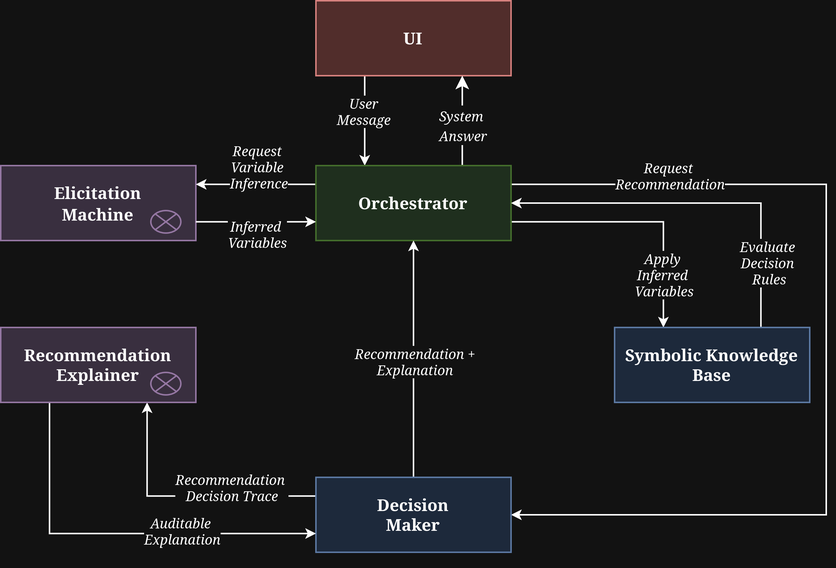
JessusTM/Archssistant keeps this draw.io diagram as docs/Components-Flow.png. Above is the earlier version. Source tidied: cells renumbered, new cells last; positions are measured from the earlier drawing's top-left corner, leaving out a move shared by most shapes.
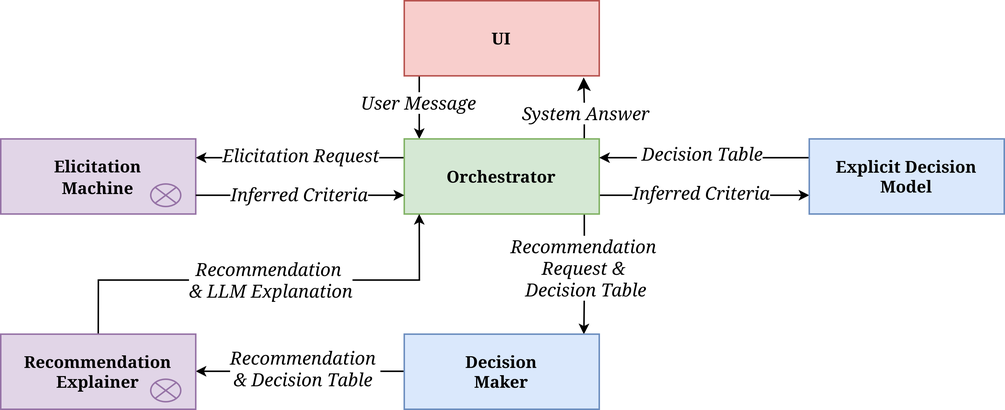
After the commit.

Commit message:
docs: actualizar README para correr con docker compose

- Se reemplazan las instrucciones de ejecución local basadas en uv por docker compose, alineando la documentación con el flujo actual de desarrollo.

Diff of the diagram source:
```diff
@@ -2,22 +2,25 @@
   <root>
     <mxCell id="0" />
     <mxCell id="1" parent="0" />
-    <mxCell id="2" style="edgeStyle=orthogonalEdgeStyle;rounded=0;jettySize=auto;html=1;entryX=0.25;entryY=0;entryDx=0;entryDy=0;endSize=4;exitX=0.25;exitY=1;exitDx=0;exitDy=0;" parent="1" edge="1" source="4" target="20">
-      <mxGeometry relative="1" as="geometry" />
+    <mxCell id="2" style="edgeStyle=orthogonalEdgeStyle;rounded=0;orthogonalLoop=1;jettySize=auto;html=1;entryX=0.25;entryY=0;entryDx=0;entryDy=0;endSize=4;exitX=0.25;exitY=1;exitDx=0;exitDy=0;" parent="1" edge="1">
+      <mxGeometry relative="1" as="geometry">
+        <mxPoint x="220" y="68" as="sourcePoint" />
+        <mxPoint x="220" y="110" as="targetPoint" />
+      </mxGeometry>
     </mxCell>
-    <mxCell id="3" value="&lt;div&gt;User&amp;nbsp;&lt;/div&gt;&lt;div&gt;Message&amp;nbsp;&lt;/div&gt;" style="edgeLabel;html=1;align=center;verticalAlign=middle;fontSize=9;fontFamily=Lucida Console;fontStyle=2;" parent="2" vertex="1">
+    <mxCell id="3" value="&lt;div&gt;User Message&amp;nbsp;&lt;/div&gt;" style="edgeLabel;html=1;align=center;verticalAlign=middle;fontSize=12;fontFamily=Lucida Console;fontStyle=2;" parent="2" vertex="1">
       <mxGeometry x="-0.41" relative="1" as="geometry">
         <mxPoint y="5" as="offset" />
       </mxGeometry>
     </mxCell>
     <mxCell id="4" value="&lt;div&gt;UI&lt;/div&gt;" style="html=1;whiteSpace=wrap;fontFamily=Georgia;fontSize=11;fontStyle=1;fillColor=#f8cecc;strokeColor=#b85450;" parent="1" vertex="1">
-      <mxGeometry x="210" width="130" height="50" as="geometry" />
+      <mxGeometry x="210" y="18" width="130" height="50" as="geometry" />
     </mxCell>
     <mxCell id="5" style="ellipse;whiteSpace=wrap;html=1;align=center;fillColor=none;strokeColor=none;perimeter=centerPerimeter;rotation=-90;" parent="1" vertex="1">
       <mxGeometry x="275" y="110" width="10" height="10" as="geometry" />
     </mxCell>
     <mxCell id="6" style="group;fontSize=11;fontStyle=1;fillColor=#e1d5e7;strokeColor=#9673a6;" parent="1" vertex="1">
-      <mxGeometry x="60" y="140" width="70" height="20" as="geometry" />
+      <mxGeometry x="1" y="140" width="70" height="20" as="geometry" />
     </mxCell>
     <mxCell id="7" style="ellipse;whiteSpace=wrap;html=1;align=center;fillColor=none;strokeColor=none;perimeter=centerPerimeter;rotation=-90;" parent="6" vertex="1">
       <mxGeometry width="10" height="10" as="geometry" />
@@ -28,110 +31,109 @@
     <mxCell id="9" style="shape=sumEllipse;perimeter=ellipsePerimeter;whiteSpace=wrap;html=1;backgroundOutline=1;fillColor=#e1d5e7;strokeColor=#9673a6;" parent="6" vertex="1">
       <mxGeometry x="40" width="20" height="15" as="geometry" />
     </mxCell>
-    <mxCell id="10" style="ellipse;whiteSpace=wrap;html=1;align=center;fillColor=none;strokeColor=none;perimeter=centerPerimeter;" parent="1" vertex="1">
-      <mxGeometry x="185" y="368" width="10" height="10" as="geometry" />
-    </mxCell>
-    <mxCell id="11" style="ellipse;whiteSpace=wrap;html=1;align=center;fillColor=none;strokeColor=none;perimeter=centerPerimeter;" parent="1" vertex="1">
-      <mxGeometry x="415" y="343" width="10" height="10" as="geometry" />
-    </mxCell>
     <mxCell id="12" style="edgeStyle=orthogonalEdgeStyle;rounded=0;jettySize=auto;html=1;entryX=1;entryY=0.25;entryDx=0;entryDy=0;exitX=0;exitY=0.25;exitDx=0;exitDy=0;endSize=4;" parent="1" edge="1" source="20" target="8">
       <mxGeometry relative="1" as="geometry" />
     </mxCell>
-    <mxCell id="13" value="&lt;div&gt;Request&amp;nbsp;&lt;/div&gt;&lt;div&gt;Variable&amp;nbsp;&lt;/div&gt;&lt;div&gt;Inference&lt;/div&gt;" style="edgeLabel;html=1;align=center;verticalAlign=middle;fontSize=9;fontFamily=Lucida Console;fontStyle=2;" parent="12" vertex="1">
+    <mxCell id="13" value="&lt;div&gt;Elicitation&amp;nbsp;Request&lt;/div&gt;" style="edgeLabel;html=1;align=center;verticalAlign=middle;fontSize=12;fontFamily=Lucida Console;fontStyle=2;" parent="12" vertex="1">
       <mxGeometry x="0.38" relative="1" as="geometry">
-        <mxPoint x="16" y="-12" as="offset" />
+        <mxPoint x="26" y="-2" as="offset" />
       </mxGeometry>
     </mxCell>
-    <mxCell id="14" style="edgeStyle=orthogonalEdgeStyle;rounded=0;jettySize=auto;html=1;exitX=1;exitY=0.75;exitDx=0;exitDy=0;entryX=0.25;entryY=0;entryDx=0;entryDy=0;endSize=4;" parent="1" edge="1" source="20" target="28">
+    <mxCell id="14" style="edgeStyle=orthogonalEdgeStyle;rounded=0;jettySize=auto;html=1;exitX=1;exitY=0.75;exitDx=0;exitDy=0;entryX=0;entryY=0.75;entryDx=0;entryDy=0;endSize=4;" parent="1" edge="1" source="20" target="28">
       <mxGeometry relative="1" as="geometry" />
     </mxCell>
-    <mxCell id="15" value="&lt;div&gt;&lt;span&gt;Apply&amp;nbsp;&lt;/span&gt;&lt;/div&gt;&lt;div&gt;&lt;span&gt;Inferred&amp;nbsp;&lt;/span&gt;&lt;/div&gt;&lt;div&gt;&lt;span&gt;Variables&lt;/span&gt;&lt;/div&gt;" style="edgeLabel;html=1;align=center;verticalAlign=middle;fontSize=9;fontFamily=Lucida Console;fontStyle=2;" parent="14" vertex="1">
+    <mxCell id="15" value="&lt;div&gt;Inferred Criteria&lt;/div&gt;" style="edgeLabel;html=1;align=center;verticalAlign=middle;fontSize=12;fontFamily=Lucida Console;fontStyle=2;" parent="14" vertex="1">
       <mxGeometry x="0.53" y="-1" relative="1" as="geometry">
-        <mxPoint x="1" y="5" as="offset" />
+        <mxPoint x="-39" y="-3" as="offset" />
       </mxGeometry>
     </mxCell>
-    <mxCell id="16" style="edgeStyle=orthogonalEdgeStyle;rounded=0;jettySize=auto;html=1;entryX=1;entryY=0.5;entryDx=0;entryDy=0;exitX=1;exitY=0.25;exitDx=0;exitDy=0;endSize=4;" parent="1" edge="1" source="20" target="25">
+    <mxCell id="16" style="edgeStyle=orthogonalEdgeStyle;rounded=0;jettySize=auto;html=1;entryX=0.921;entryY=0.002;entryDx=0;entryDy=0;exitX=0.75;exitY=1;exitDx=0;exitDy=0;endSize=4;entryPerimeter=0;" parent="1" edge="1" target="25">
       <mxGeometry relative="1" as="geometry">
+        <mxPoint x="330" y="160" as="sourcePoint" />
         <Array as="points">
-          <mxPoint x="550" y="123" />
-          <mxPoint x="550" y="343" />
+          <mxPoint x="330" y="208" />
+          <mxPoint x="330" y="208" />
         </Array>
       </mxGeometry>
     </mxCell>
-    <mxCell id="17" value="&lt;div&gt;&lt;span&gt;Request&amp;nbsp;&lt;/span&gt;&lt;/div&gt;&lt;div&gt;&lt;span&gt;Recommendation&lt;/span&gt;&lt;/div&gt;" style="edgeLabel;html=1;align=center;verticalAlign=middle;fontSize=9;fontFamily=Lucida Console;fontStyle=2;" parent="16" vertex="1">
+    <mxCell id="17" value="&lt;div&gt;Recommendation&amp;nbsp;&lt;/div&gt;&lt;div&gt;Request &amp;amp;&amp;nbsp;&lt;/div&gt;&lt;div&gt;Decision&amp;nbsp;Table&lt;/div&gt;" style="edgeLabel;html=1;align=center;verticalAlign=middle;fontSize=12;fontFamily=Lucida Console;fontStyle=2;" parent="16" vertex="1">
       <mxGeometry x="-0.73" y="-2" relative="1" as="geometry">
-        <mxPoint x="19" y="-8" as="offset" />
+        <mxPoint x="2" y="25" as="offset" />
       </mxGeometry>
     </mxCell>
-    <mxCell id="18" style="edgeStyle=orthogonalEdgeStyle;rounded=0;jettySize=auto;html=1;entryX=0.75;entryY=1;entryDx=0;entryDy=0;exitX=0.75;exitY=0;exitDx=0;exitDy=0;" parent="1" edge="1" source="20" target="4">
-      <mxGeometry relative="1" as="geometry" />
+    <mxCell id="18" style="edgeStyle=orthogonalEdgeStyle;rounded=0;jettySize=auto;html=1;exitX=0.75;exitY=0;exitDx=0;exitDy=0;entryX=0.92;entryY=1.021;entryDx=0;entryDy=0;entryPerimeter=0;" parent="1" edge="1" target="4">
+      <mxGeometry relative="1" as="geometry">
+        <mxPoint x="330" y="110" as="sourcePoint" />
+      </mxGeometry>
     </mxCell>
-    <mxCell id="19" value="&lt;div&gt;&lt;font face=&quot;Lucida Console&quot; style=&quot;font-size: 9px;&quot;&gt;System&amp;nbsp;&lt;/font&gt;&lt;/div&gt;&lt;div&gt;&lt;font face=&quot;Lucida Console&quot; style=&quot;font-size: 9px;&quot;&gt;Answer&lt;/font&gt;&lt;/div&gt;" style="edgeLabel;html=1;align=center;verticalAlign=middle;fontStyle=2;" parent="18" vertex="1">
-      <mxGeometry x="-0.08" relative="1" as="geometry" />
+    <mxCell id="19" value="&lt;div&gt;&lt;font&gt;System Answer&lt;/font&gt;&lt;/div&gt;" style="edgeLabel;html=1;align=center;verticalAlign=middle;fontStyle=2;fontFamily=Lucida Console;fontSize=12;" parent="18" vertex="1">
+      <mxGeometry x="-0.08" relative="1" as="geometry">
+        <mxPoint y="1" as="offset" />
+      </mxGeometry>
     </mxCell>
     <mxCell id="20" value="&lt;span class=&quot;HwtZe&quot; lang=&quot;en&quot;&gt;&lt;span class=&quot;jCAhz ChMk0b&quot;&gt;&lt;span class=&quot;ryNqvb&quot;&gt;Orchestrator&lt;/span&gt;&lt;/span&gt;&lt;/span&gt;" style="html=1;whiteSpace=wrap;fontFamily=Georgia;fontSize=11;fontStyle=1;fillColor=#d5e8d4;strokeColor=#82b366;" parent="1" vertex="1">
       <mxGeometry x="210" y="110" width="130" height="50" as="geometry" />
     </mxCell>
-    <mxCell id="21" style="edgeStyle=orthogonalEdgeStyle;rounded=0;jettySize=auto;html=1;entryX=0.5;entryY=1;entryDx=0;entryDy=0;endSize=4;exitX=0.5;exitY=0;exitDx=0;exitDy=0;" parent="1" edge="1" source="25" target="20">
+    <mxCell id="21" style="edgeStyle=orthogonalEdgeStyle;rounded=0;jettySize=auto;html=1;entryX=0.25;entryY=1;entryDx=0;entryDy=0;endSize=4;exitX=0.5;exitY=0;exitDx=0;exitDy=0;" parent="1" edge="1" source="31">
       <mxGeometry relative="1" as="geometry">
+        <mxPoint x="220" y="160" as="targetPoint" />
         <Array as="points">
-          <mxPoint x="275" y="218" />
-          <mxPoint x="275" y="218" />
+          <mxPoint x="6" y="204" />
+          <mxPoint x="220" y="204" />
         </Array>
       </mxGeometry>
     </mxCell>
-    <mxCell id="22" value="&lt;div&gt;&lt;span&gt;Recommendation +&lt;/span&gt;&lt;/div&gt;&lt;div&gt;&lt;span&gt;Explanation&lt;/span&gt;&lt;/div&gt;" style="edgeLabel;html=1;align=center;verticalAlign=middle;fontSize=9;fontFamily=Lucida Console;fontStyle=2;" parent="21" vertex="1">
+    <mxCell id="22" value="&lt;div&gt;&lt;span&gt;Recommendation&amp;nbsp;&lt;/span&gt;&lt;/div&gt;&lt;div&gt;&lt;span&gt;&amp;amp; LLM&amp;nbsp;&lt;/span&gt;Explanation&lt;/div&gt;" style="edgeLabel;html=1;align=center;verticalAlign=middle;fontSize=12;fontFamily=Lucida Console;fontStyle=2;" parent="21" vertex="1">
       <mxGeometry x="0.02" y="1" relative="1" as="geometry">
-        <mxPoint x="1" y="2" as="offset" />
+        <mxPoint x="1" as="offset" />
       </mxGeometry>
     </mxCell>
-    <mxCell id="23" style="edgeStyle=orthogonalEdgeStyle;rounded=0;jettySize=auto;html=1;entryX=0.75;entryY=1;entryDx=0;entryDy=0;exitX=0;exitY=0.25;exitDx=0;exitDy=0;endSize=4;" parent="1" edge="1" source="25" target="31">
-      <mxGeometry relative="1" as="geometry" />
-    </mxCell>
-    <mxCell id="24" value="&lt;div&gt;Recommendation&amp;nbsp;&lt;/div&gt;&lt;div&gt;Decision Trace&lt;/div&gt;" style="edgeLabel;html=1;align=center;verticalAlign=middle;fontSize=9;fontFamily=Lucida Console;fontStyle=2;" parent="23" vertex="1">
-      <mxGeometry x="-0.32" y="-1" relative="1" as="geometry">
-        <mxPoint x="3" y="-5" as="offset" />
-      </mxGeometry>
-    </mxCell>
+    <mxCell id="35" style="edgeStyle=orthogonalEdgeStyle;rounded=0;orthogonalLoop=1;jettySize=auto;html=1;entryX=1;entryY=0.25;entryDx=0;entryDy=0;exitX=0;exitY=0.25;exitDx=0;exitDy=0;endSize=4;" parent="1" edge="1">
+      <mxGeometry relative="1" as="geometry">
+        <mxPoint x="210" y="264.7" as="sourcePoint" />
+        <mxPoint x="71" y="264.7" as="targetPoint" />
+      </mxGeometry>
+    </mxCell>
+    <mxCell id="36" value="&lt;div&gt;Recommendation&amp;nbsp;&lt;/div&gt;&lt;div&gt;&amp;amp; Decision Table&amp;nbsp;&lt;/div&gt;" style="edgeLabel;html=1;align=center;verticalAlign=middle;fontFamily=Lucida Console;fontStyle=2;fontSize=12;" parent="35" vertex="1">
+      <mxGeometry x="-0.08" y="-1" relative="1" as="geometry">
+        <mxPoint x="-3" y="-1" as="offset" />
+      </mxGeometry>
+    </mxCell>
     <mxCell id="25" value="&lt;div&gt;Decision&lt;/div&gt;&lt;div&gt;Maker&lt;/div&gt;" style="html=1;whiteSpace=wrap;fontFamily=Georgia;fontSize=11;fontStyle=1;fillColor=#dae8fc;strokeColor=#6c8ebf;" parent="1" vertex="1">
-      <mxGeometry x="210" y="318" width="130" height="50" as="geometry" />
+      <mxGeometry x="210" y="240" width="130" height="50" as="geometry" />
     </mxCell>
-    <mxCell id="26" style="edgeStyle=orthogonalEdgeStyle;rounded=0;jettySize=auto;html=1;entryX=1;entryY=0.5;entryDx=0;entryDy=0;exitX=0.75;exitY=0;exitDx=0;exitDy=0;endSize=4;" parent="1" edge="1" source="28" target="20">
+    <mxCell id="26" style="edgeStyle=orthogonalEdgeStyle;rounded=0;jettySize=auto;html=1;entryX=1;entryY=0.25;entryDx=0;entryDy=0;exitX=0;exitY=0.25;exitDx=0;exitDy=0;endSize=4;" parent="1" edge="1" source="28" target="20">
       <mxGeometry relative="1" as="geometry">
         <Array as="points">
-          <mxPoint x="507" y="135" />
+          <mxPoint x="400" y="123" />
+          <mxPoint x="340" y="123" />
         </Array>
       </mxGeometry>
     </mxCell>
-    <mxCell id="27" value="&lt;div&gt;&lt;font face=&quot;Lucida Console&quot;&gt;&lt;span&gt;Evaluate&amp;nbsp;&lt;/span&gt;&lt;/font&gt;&lt;/div&gt;&lt;div&gt;&lt;font face=&quot;Lucida Console&quot;&gt;&lt;span&gt;Decision&amp;nbsp;&lt;/span&gt;&lt;/font&gt;&lt;/div&gt;&lt;div&gt;&lt;font face=&quot;Lucida Console&quot;&gt;&lt;span&gt;Rules&lt;/span&gt;&lt;/font&gt;&lt;/div&gt;" style="edgeLabel;html=1;align=center;verticalAlign=middle;fontStyle=2;fontSize=9;" parent="26" vertex="1">
+    <mxCell id="27" value="&lt;div&gt;&amp;nbsp;Decision&amp;nbsp;Table&lt;/div&gt;" style="edgeLabel;html=1;align=center;verticalAlign=middle;fontStyle=2;fontSize=12;fontFamily=Lucida Console;" parent="26" vertex="1">
       <mxGeometry x="0.51" relative="1" as="geometry">
-        <mxPoint x="111" y="39" as="offset" />
+        <mxPoint x="32" y="-3" as="offset" />
       </mxGeometry>
     </mxCell>
-    <mxCell id="28" value="&lt;span class=&quot;HwtZe&quot; lang=&quot;en&quot;&gt;&lt;span class=&quot;jCAhz ChMk0b&quot;&gt;&lt;span class=&quot;ryNqvb&quot;&gt;Symbolic Knowledge Base&lt;/span&gt;&lt;/span&gt;&lt;/span&gt;" style="html=1;whiteSpace=wrap;fontFamily=Georgia;fontSize=11;fontStyle=1;fillColor=#dae8fc;strokeColor=#6c8ebf;" parent="1" vertex="1">
-      <mxGeometry x="409" y="218" width="130" height="50" as="geometry" />
+    <mxCell id="28" value="Explicit Decision Model" style="html=1;whiteSpace=wrap;fontFamily=Georgia;fontSize=11;fontStyle=1;fillColor=#dae8fc;strokeColor=#6c8ebf;" parent="1" vertex="1">
+      <mxGeometry x="480" y="110" width="130" height="50" as="geometry" />
     </mxCell>
-    <mxCell id="29" style="edgeStyle=orthogonalEdgeStyle;rounded=0;jettySize=auto;html=1;entryX=0;entryY=0.75;entryDx=0;entryDy=0;exitX=0.25;exitY=1;exitDx=0;exitDy=0;endSize=4;" parent="1" edge="1" source="31" target="25">
-      <mxGeometry relative="1" as="geometry" />
-    </mxCell>
-    <mxCell id="30" value="&lt;div&gt;Auditable&amp;nbsp;&lt;/div&gt;&lt;div&gt;Explanation &lt;/div&gt;" style="edgeLabel;html=1;align=center;verticalAlign=middle;fontSize=9;fontFamily=Lucida Console;fontStyle=2;" parent="29" vertex="1">
-      <mxGeometry x="-0.1" relative="1" as="geometry">
-        <mxPoint x="55" y="-2" as="offset" />
-      </mxGeometry>
-    </mxCell>
+    <mxCell id="33" style="edgeStyle=orthogonalEdgeStyle;rounded=0;jettySize=auto;html=1;entryX=0;entryY=0.75;entryDx=0;entryDy=0;exitX=1;exitY=0.75;exitDx=0;exitDy=0;endSize=4;" parent="1" edge="1" source="8" target="20">
+      <mxGeometry relative="1" as="geometry" />
+    </mxCell>
+    <mxCell id="34" value="&lt;div&gt;Inferred&amp;nbsp;Criteria&lt;/div&gt;" style="edgeLabel;html=1;align=center;verticalAlign=middle;fontSize=12;fontFamily=Lucida Console;fontStyle=2;" parent="33" vertex="1">
+      <mxGeometry x="0.01" y="-1" relative="1" as="geometry">
+        <mxPoint x="-2" y="-2" as="offset" />
+      </mxGeometry>
+    </mxCell>
+    <mxCell id="37" style="group;" parent="1" vertex="1">
+      <mxGeometry x="-59" y="240" width="130" height="50" as="geometry" />
+    </mxCell>
-    <mxCell id="31" value="&lt;div&gt;Recommendation&lt;/div&gt;&lt;div&gt;Explainer&lt;/div&gt;" style="html=1;whiteSpace=wrap;fontFamily=Georgia;fontSize=11;fontStyle=1;fillColor=#e1d5e7;strokeColor=#9673a6;" parent="1" vertex="1">
-      <mxGeometry y="218" width="130" height="50" as="geometry" />
+    <mxCell id="31" value="&lt;div&gt;Recommendation&lt;/div&gt;&lt;div&gt;Explainer&lt;/div&gt;" style="html=1;whiteSpace=wrap;fontFamily=Georgia;fontSize=11;fontStyle=1;fillColor=#e1d5e7;strokeColor=#9673a6;" parent="37" vertex="1">
+      <mxGeometry width="130" height="50" as="geometry" />
     </mxCell>
-    <mxCell id="32" style="shape=sumEllipse;perimeter=ellipsePerimeter;whiteSpace=wrap;html=1;backgroundOutline=1;fillColor=#e1d5e7;strokeColor=#9673a6;" parent="1" vertex="1">
-      <mxGeometry x="100" y="248" width="20" height="15" as="geometry" />
+    <mxCell id="32" style="shape=sumEllipse;perimeter=ellipsePerimeter;whiteSpace=wrap;html=1;backgroundOutline=1;fillColor=#e1d5e7;strokeColor=#9673a6;" parent="37" vertex="1">
+      <mxGeometry x="100" y="30" width="20" height="15" as="geometry" />
     </mxCell>
-    <mxCell id="33" style="edgeStyle=orthogonalEdgeStyle;rounded=0;jettySize=auto;html=1;entryX=0;entryY=0.75;entryDx=0;entryDy=0;exitX=1;exitY=0.75;exitDx=0;exitDy=0;endSize=4;" parent="1" edge="1" source="8" target="20">
-      <mxGeometry relative="1" as="geometry" />
-    </mxCell>
-    <mxCell id="34" value="&lt;div&gt;Inferred&amp;nbsp;&lt;/div&gt;&lt;div&gt;Variables&lt;/div&gt;" style="edgeLabel;html=1;align=center;verticalAlign=middle;fontSize=9;fontFamily=Lucida Console;fontStyle=2;" parent="33" vertex="1">
-      <mxGeometry x="0.01" y="-1" relative="1" as="geometry">
-        <mxPoint y="7" as="offset" />
-      </mxGeometry>
-    </mxCell>
   </root>
 </mxGraphModel>
```
